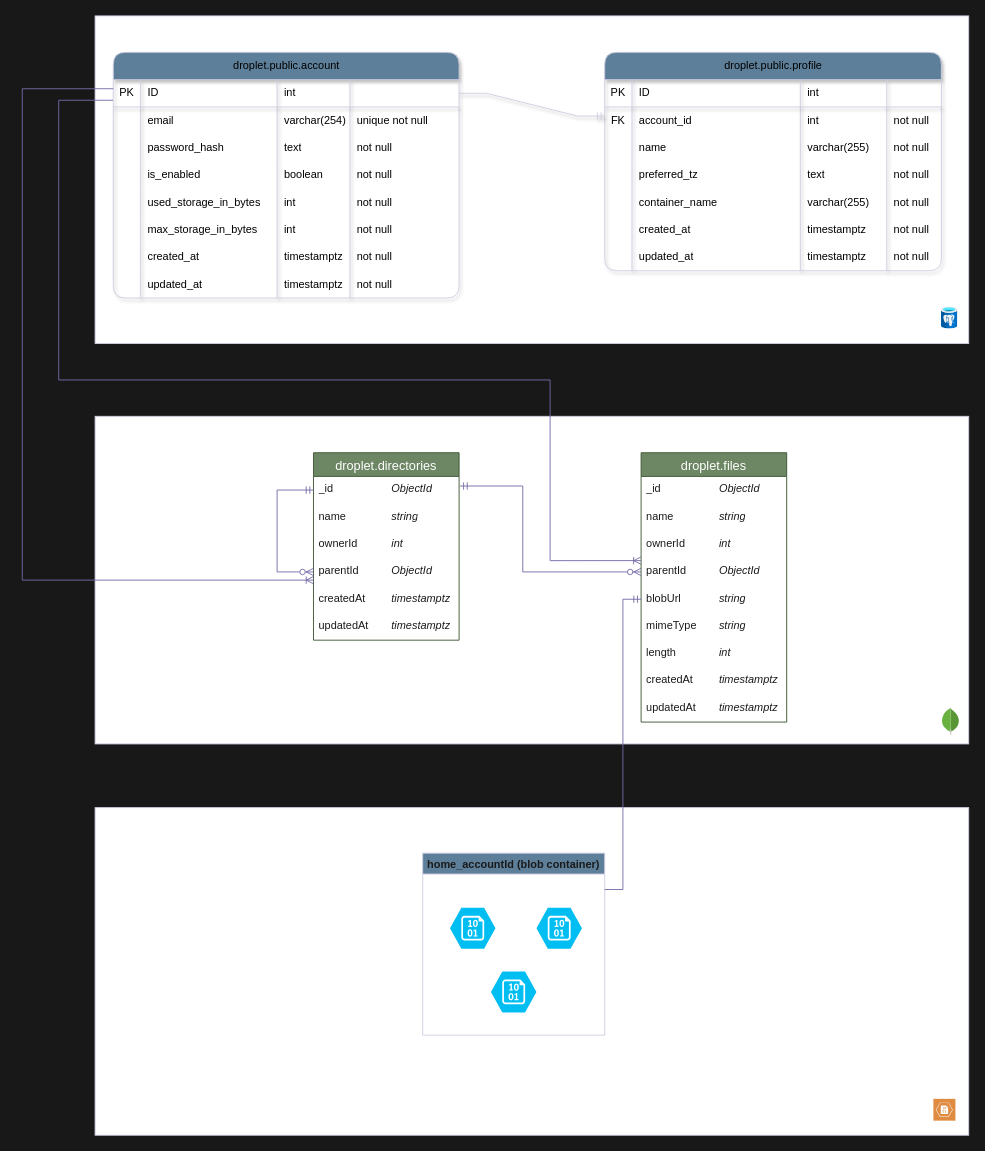
Earlier version of the draw.io diagram diagrams/erd.drawio (priyakdey/droplet). Source tidied: cells renumbered, new cells numbered last; positions are measured from the earlier drawing's top-left corner, leaving out a move shared by most shapes. Both pictures are drawn from the tidied source at 91%, with x=0, y=0 at pixel (22, 15).
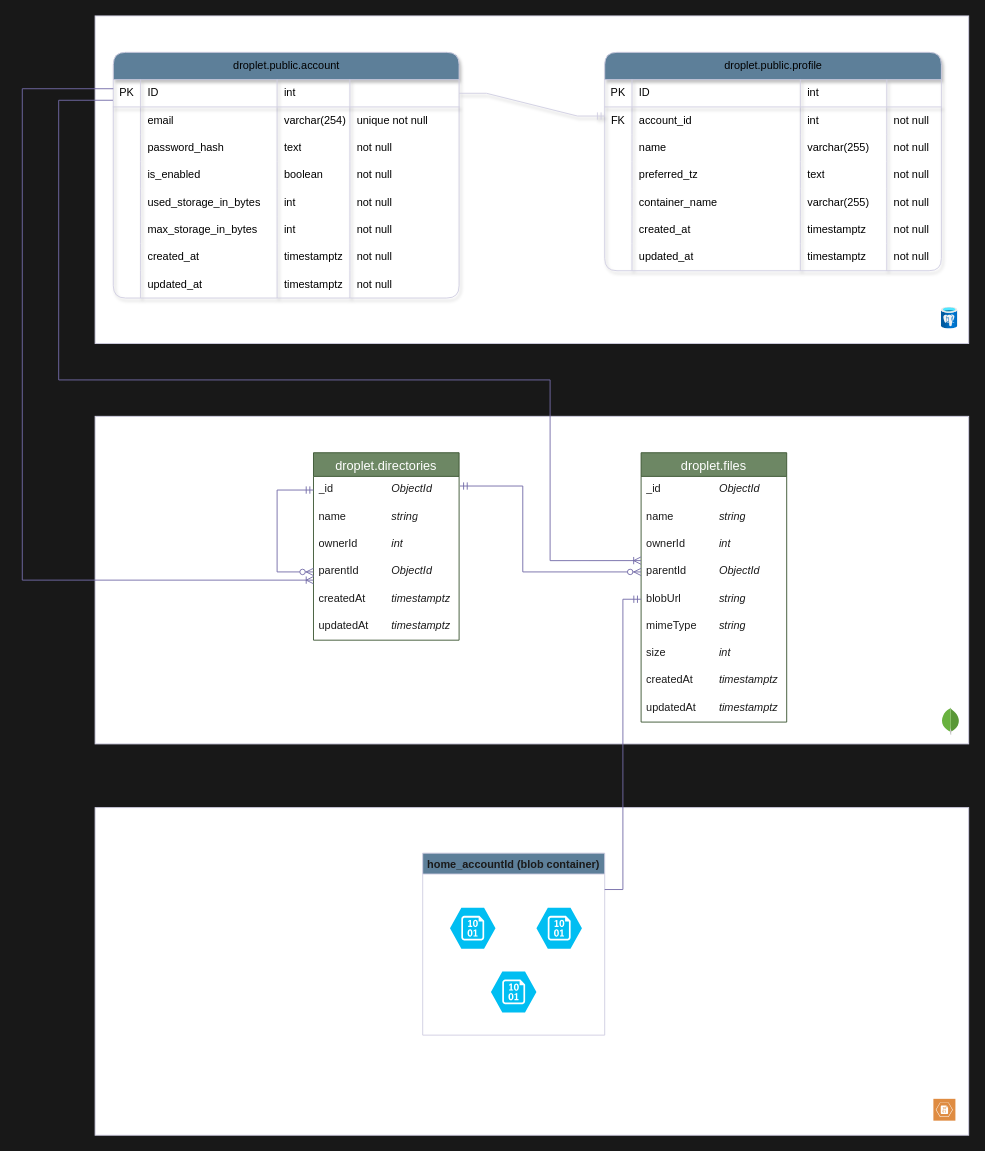
After the change.

The change refers to these unchanged cells:
```xml
<mxCell id="91" value="droplet.files" style="swimlane;fontStyle=0;horizontal=1;startSize=26;align=center;fontSize=14;strokeColor=#3A5431;fontColor=#ffffff;fillColor=light-dark(#6D8764,#006600);" parent="1" vertex="1">
  <mxGeometry x="680" y="480" width="160" height="296" as="geometry" />
</mxCell>
```

Diff of the diagram source:
```diff
@@
-    <mxCell id="98" value="length&lt;span style=&quot;white-space: pre;&quot;&gt;&#9;&lt;/span&gt;&lt;span style=&quot;white-space: pre;&quot;&gt;&#9;&lt;/span&gt;&lt;i&gt;int&lt;/i&gt;" style="text;strokeColor=none;fillColor=none;spacingLeft=4;spacingRight=4;overflow=hidden;fontSize=12;whiteSpace=wrap;html=1;fontColor=#1A1A1A;" parent="91" vertex="1">
+    <mxCell id="98" value="size&lt;span style=&quot;white-space: pre;&quot;&gt;&#9;&lt;/span&gt;&lt;span style=&quot;white-space: pre;&quot;&gt;&#9;&lt;span style=&quot;white-space: pre;&quot;&gt;&#9;&lt;/span&gt;&lt;/span&gt;&lt;i&gt;int&lt;/i&gt;" style="text;strokeColor=none;fillColor=none;spacingLeft=4;spacingRight=4;overflow=hidden;fontSize=12;whiteSpace=wrap;html=1;fontColor=#1A1A1A;" parent="91" vertex="1">
       <mxGeometry y="206" width="160" height="30" as="geometry" />
     </mxCell>
```
